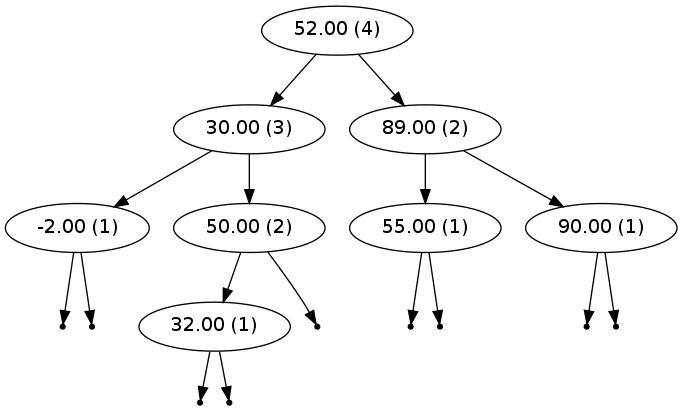
The Graphviz diagram AVL_Trees/graph.png in cerdogan/Job, before a commit. Its source is kept beside it as AVL_Trees/graph.dot.
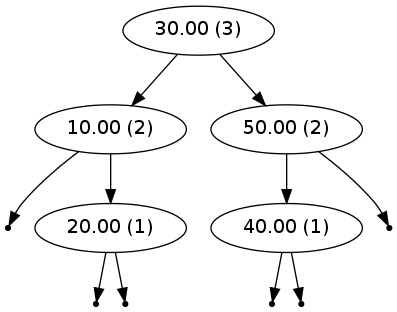
Later version of the same file.

Commit message:
Created the data structures for Fortune's algorithm and figured out how to compute the break points given site points. Next: Implement Fortune

What changed in the source:
```diff
@@ -1,29 +1,20 @@
 digraph {
 graph [ordering="out"]
-"52.00 (4)"
-"52.00 (4)" -> "30.00 (3)"
-"30.00 (3)" -> "-2.00 (1)"
-"null-2.00-0" [shape=point];
-"-2.00 (1)" -> "null-2.00-0";
-"null-2.00-1" [shape=point];
-"-2.00 (1)" -> "null-2.00-1";
+"30.00 (3)"
+"30.00 (3)" -> "10.00 (2)"
+"null10.00-0" [shape=point];
+"10.00 (2)" -> "null10.00-0";
+"10.00 (2)" -> "20.00 (1)"
+"null20.00-0" [shape=point];
+"20.00 (1)" -> "null20.00-0";
+"null20.00-1" [shape=point];
+"20.00 (1)" -> "null20.00-1";
 "30.00 (3)" -> "50.00 (2)"
-"50.00 (2)" -> "32.00 (1)"
-"null32.00-0" [shape=point];
-"32.00 (1)" -> "null32.00-0";
-"null32.00-1" [shape=point];
-"32.00 (1)" -> "null32.00-1";
+"50.00 (2)" -> "40.00 (1)"
+"null40.00-0" [shape=point];
+"40.00 (1)" -> "null40.00-0";
+"null40.00-1" [shape=point];
+"40.00 (1)" -> "null40.00-1";
 "null50.00-1" [shape=point];
 "50.00 (2)" -> "null50.00-1";
-"52.00 (4)" -> "89.00 (2)"
-"89.00 (2)" -> "55.00 (1)"
-"null55.00-0" [shape=point];
-"55.00 (1)" -> "null55.00-0";
-"null55.00-1" [shape=point];
-"55.00 (1)" -> "null55.00-1";
-"89.00 (2)" -> "90.00 (1)"
-"null90.00-0" [shape=point];
-"90.00 (1)" -> "null90.00-0";
-"null90.00-1" [shape=point];
-"90.00 (1)" -> "null90.00-1";
 }
```
